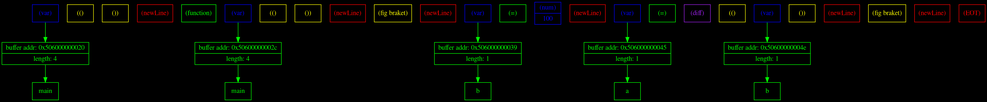
The Graphviz diagram png_files/tokensDotFile.dot.png in Matvey787/myProgLanguage, before a commit. Its source is kept beside it as dot_files/tokensDotFile.dot.
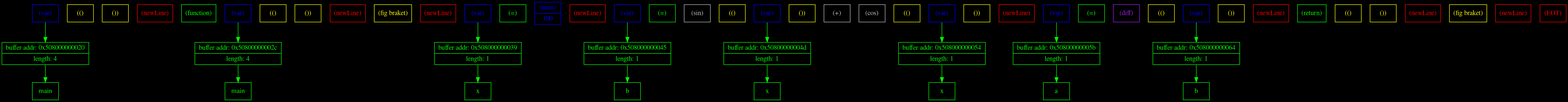
The same diagram one commit later.

Change to the diagram source:
```diff
@@ -22,39 +22,67 @@
 	token_14 [ shape=record, color = red, fontcolor = red, label = "{ (newLine) }" ];
 	token_15 [ shape=record, color = blue, fontcolor = blue, label = "{ (var) }" ];
 	token_16 [ shape=record, color = green, fontcolor = green, label = "{ (=) }" ];
-	token_17 [ shape=record, color = purple, fontcolor = purple, label = "{ (diff) }" ];
+	token_17 [ shape=record, color = grey, fontcolor = grey, label = "{ (sin) }" ];
 	token_18 [ shape=record, color = yellow, fontcolor = yellow, label = "{ (() }" ];
 	token_19 [ shape=record, color = blue, fontcolor = blue, label = "{ (var) }" ];
 	token_20 [ shape=record, color = yellow, fontcolor = yellow, label = "{ ()) }" ];
-	token_21 [ shape=record, color = red, fontcolor = red, label = "{ (newLine) }" ];
-	token_22 [ shape=record, color = yellow, fontcolor = yellow, label = "{ (fig braket) }" ];
-	token_23 [ shape=record, color = red, fontcolor = red, label = "{ (newLine) }" ];
-	token_24 [ shape=record, color = red, fontcolor = red, label = "{ (EOT) }" ];
+	token_21 [ shape=record, color = grey, fontcolor = grey, label = "{ (+) }" ];
+	token_22 [ shape=record, color = grey, fontcolor = grey, label = "{ (cos) }" ];
+	token_23 [ shape=record, color = yellow, fontcolor = yellow, label = "{ (() }" ];
+	token_24 [ shape=record, color = blue, fontcolor = blue, label = "{ (var) }" ];
+	token_25 [ shape=record, color = yellow, fontcolor = yellow, label = "{ ()) }" ];
+	token_26 [ shape=record, color = red, fontcolor = red, label = "{ (newLine) }" ];
+	token_27 [ shape=record, color = blue, fontcolor = blue, label = "{ (var) }" ];
+	token_28 [ shape=record, color = green, fontcolor = green, label = "{ (=) }" ];
+	token_29 [ shape=record, color = purple, fontcolor = purple, label = "{ (diff) }" ];
+	token_30 [ shape=record, color = yellow, fontcolor = yellow, label = "{ (() }" ];
+	token_31 [ shape=record, color = blue, fontcolor = blue, label = "{ (var) }" ];
+	token_32 [ shape=record, color = yellow, fontcolor = yellow, label = "{ ()) }" ];
+	token_33 [ shape=record, color = red, fontcolor = red, label = "{ (newLine) }" ];
+	token_34 [ shape=record, color = green, fontcolor = green, label = "{ (return) }" ];
+	token_35 [ shape=record, color = yellow, fontcolor = yellow, label = "{ (() }" ];
+	token_36 [ shape=record, color = yellow, fontcolor = yellow, label = "{ ()) }" ];
+	token_37 [ shape=record, color = red, fontcolor = red, label = "{ (newLine) }" ];
+	token_38 [ shape=record, color = yellow, fontcolor = yellow, label = "{ (fig braket) }" ];
+	token_39 [ shape=record, color = red, fontcolor = red, label = "{ (newLine) }" ];
+	token_40 [ shape=record, color = red, fontcolor = red, label = "{ (EOT) }" ];
 }
 {
 	rank=same;
-	tableCell_0x506000000020 [ shape=record, color = green, fontcolor = green, label = "         { buffer addr: 0x506000000020 | length: 4 }" ];
-	tableCell_0x50600000002c [ shape=record, color = green, fontcolor = green, label = "         { buffer addr: 0x50600000002c | length: 4 }" ];
-	tableCell_0x506000000039 [ shape=record, color = green, fontcolor = green, label = "         { buffer addr: 0x506000000039 | length: 1 }" ];
-	tableCell_0x506000000045 [ shape=record, color = green, fontcolor = green, label = "         { buffer addr: 0x506000000045 | length: 1 }" ];
-	tableCell_0x50600000004e [ shape=record, color = green, fontcolor = green, label = "         { buffer addr: 0x50600000004e | length: 1 }" ];
+	tableCell_0x508000000020 [ shape=record, color = green, fontcolor = green, label = "         { buffer addr: 0x508000000020 | length: 4 }" ];
+	tableCell_0x50800000002c [ shape=record, color = green, fontcolor = green, label = "         { buffer addr: 0x50800000002c | length: 4 }" ];
+	tableCell_0x508000000039 [ shape=record, color = green, fontcolor = green, label = "         { buffer addr: 0x508000000039 | length: 1 }" ];
+	tableCell_0x508000000045 [ shape=record, color = green, fontcolor = green, label = "         { buffer addr: 0x508000000045 | length: 1 }" ];
+	tableCell_0x50800000004d [ shape=record, color = green, fontcolor = green, label = "         { buffer addr: 0x50800000004d | length: 1 }" ];
+	tableCell_0x508000000054 [ shape=record, color = green, fontcolor = green, label = "         { buffer addr: 0x508000000054 | length: 1 }" ];
+	tableCell_0x50800000005b [ shape=record, color = green, fontcolor = green, label = "         { buffer addr: 0x50800000005b | length: 1 }" ];
+	tableCell_0x508000000064 [ shape=record, color = green, fontcolor = green, label = "         { buffer addr: 0x508000000064 | length: 1 }" ];
 }
 {
 	rank=same;
-	openTableCell_0x506000000020 [ shape=record, color = green, fontcolor = green, label = "{ main }" ];
-	openTableCell_0x50600000002c [ shape=record, color = green, fontcolor = green, label = "{ main }" ];
-	openTableCell_0x506000000039 [ shape=record, color = green, fontcolor = green, label = "{ b }" ];
-	openTableCell_0x506000000045 [ shape=record, color = green, fontcolor = green, label = "{ a }" ];
-	openTableCell_0x50600000004e [ shape=record, color = green, fontcolor = green, label = "{ b }" ];
+	openTableCell_0x508000000020 [ shape=record, color = green, fontcolor = green, label = "{ main }" ];
+	openTableCell_0x50800000002c [ shape=record, color = green, fontcolor = green, label = "{ main }" ];
+	openTableCell_0x508000000039 [ shape=record, color = green, fontcolor = green, label = "{ x }" ];
+	openTableCell_0x508000000045 [ shape=record, color = green, fontcolor = green, label = "{ b }" ];
+	openTableCell_0x50800000004d [ shape=record, color = green, fontcolor = green, label = "{ x }" ];
+	openTableCell_0x508000000054 [ shape=record, color = green, fontcolor = green, label = "{ x }" ];
+	openTableCell_0x50800000005b [ shape=record, color = green, fontcolor = green, label = "{ a }" ];
+	openTableCell_0x508000000064 [ shape=record, color = green, fontcolor = green, label = "{ b }" ];
 }
-	token_0:s -> tableCell_0x506000000020:n [ color = green; ]
-	token_5:s -> tableCell_0x50600000002c:n [ color = green; ]
-	token_11:s -> tableCell_0x506000000039:n [ color = green; ]
-	token_15:s -> tableCell_0x506000000045:n [ color = green; ]
-	token_19:s -> tableCell_0x50600000004e:n [ color = green; ]
-	tableCell_0x506000000020:s -> openTableCell_0x506000000020:n [ color = green; ]
-	tableCell_0x50600000002c:s -> openTableCell_0x50600000002c:n [ color = green; ]
-	tableCell_0x506000000039:s -> openTableCell_0x506000000039:n [ color = green; ]
-	tableCell_0x506000000045:s -> openTableCell_0x506000000045:n [ color = green; ]
-	tableCell_0x50600000004e:s -> openTableCell_0x50600000004e:n [ color = green; ]
+	token_0:s -> tableCell_0x508000000020:n [ color = green; ]
+	token_5:s -> tableCell_0x50800000002c:n [ color = green; ]
+	token_11:s -> tableCell_0x508000000039:n [ color = green; ]
+	token_15:s -> tableCell_0x508000000045:n [ color = green; ]
+	token_19:s -> tableCell_0x50800000004d:n [ color = green; ]
+	token_24:s -> tableCell_0x508000000054:n [ color = green; ]
+	token_27:s -> tableCell_0x50800000005b:n [ color = green; ]
+	token_31:s -> tableCell_0x508000000064:n [ color = green; ]
+	tableCell_0x508000000020:s -> openTableCell_0x508000000020:n [ color = green; ]
+	tableCell_0x50800000002c:s -> openTableCell_0x50800000002c:n [ color = green; ]
+	tableCell_0x508000000039:s -> openTableCell_0x508000000039:n [ color = green; ]
+	tableCell_0x508000000045:s -> openTableCell_0x508000000045:n [ color = green; ]
+	tableCell_0x50800000004d:s -> openTableCell_0x50800000004d:n [ color = green; ]
+	tableCell_0x508000000054:s -> openTableCell_0x508000000054:n [ color = green; ]
+	tableCell_0x50800000005b:s -> openTableCell_0x50800000005b:n [ color = green; ]
+	tableCell_0x508000000064:s -> openTableCell_0x508000000064:n [ color = green; ]
 }
```
